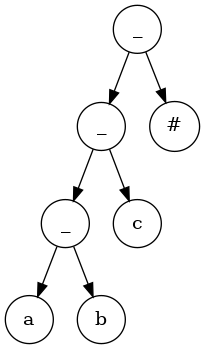
Above: tree_output/tree_output.png in x6x4/lab2aaaaaaaaaaa (Graphviz), before the change. Its source is kept beside it as tree_output/tree_output.dot.
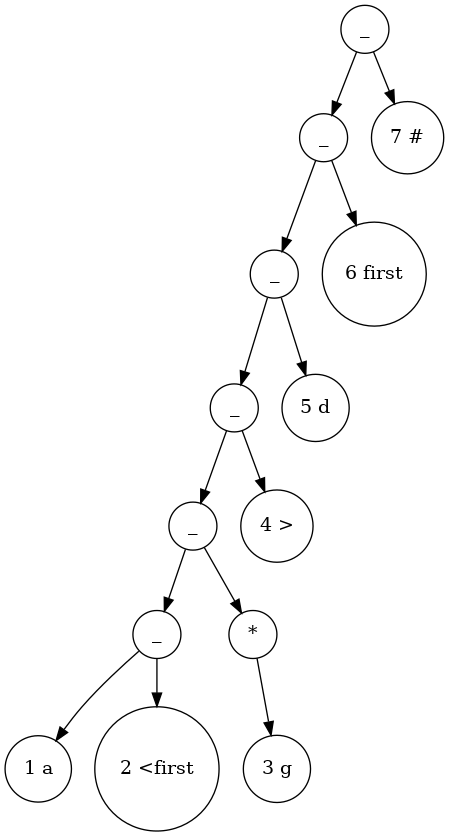
The same diagram one commit later.

Diff of the diagram source:
```diff
@@ -1,16 +1,30 @@
 digraph Tree {
 node [shape=circle];
-94061099638016 [label="_"];
-94061099638016 -> 94061099637632;
-94061099637632 [label="_"];
-94061099637632 -> 94061099637152;
-94061099637152 [label="_"];
-94061099637152 -> 94061099636672;
-94061099636672 [label="a"];
-94061099637152 -> 94061099636912;
-94061099636912 [label="b"];
-94061099637632 -> 94061099637392;
-94061099637392 [label="c"];
-94061099638016 -> 94061099637776;
-94061099637776 [label="#"];
+94276402020720 [label="_"];
+94276402020720 -> 94276402020336;
+94276402020336 [label="_"];
+94276402020336 -> 94276402019952;
+94276402019952 [label="_"];
+94276402019952 -> 94276402019568;
+94276402019568 [label="_"];
+94276402019568 -> 94276402019184;
+94276402019184 [label="_"];
+94276402019184 -> 94276402018704;
+94276402018704 [label="_"];
+94276402018704 -> 94276402018080;
+94276402018080 [label="1 a"];
+94276402018704 -> 94276402018416;
+94276402018416 [label="2 <first"];
+94276402019184 -> 94276402019088;
+94276402019088 [label="*"];
+94276402019088 -> 94276402018800;
+94276402018800 [label="3 g"];
+94276402019568 -> 94276402019280;
+94276402019280 [label="4 >"];
+94276402019952 -> 94276402019664;
+94276402019664 [label="5 d"];
+94276402020336 -> 94276402020048;
+94276402020048 [label="6 first"];
+94276402020720 -> 94276402020432;
+94276402020432 [label="7 #"];
 }
```
